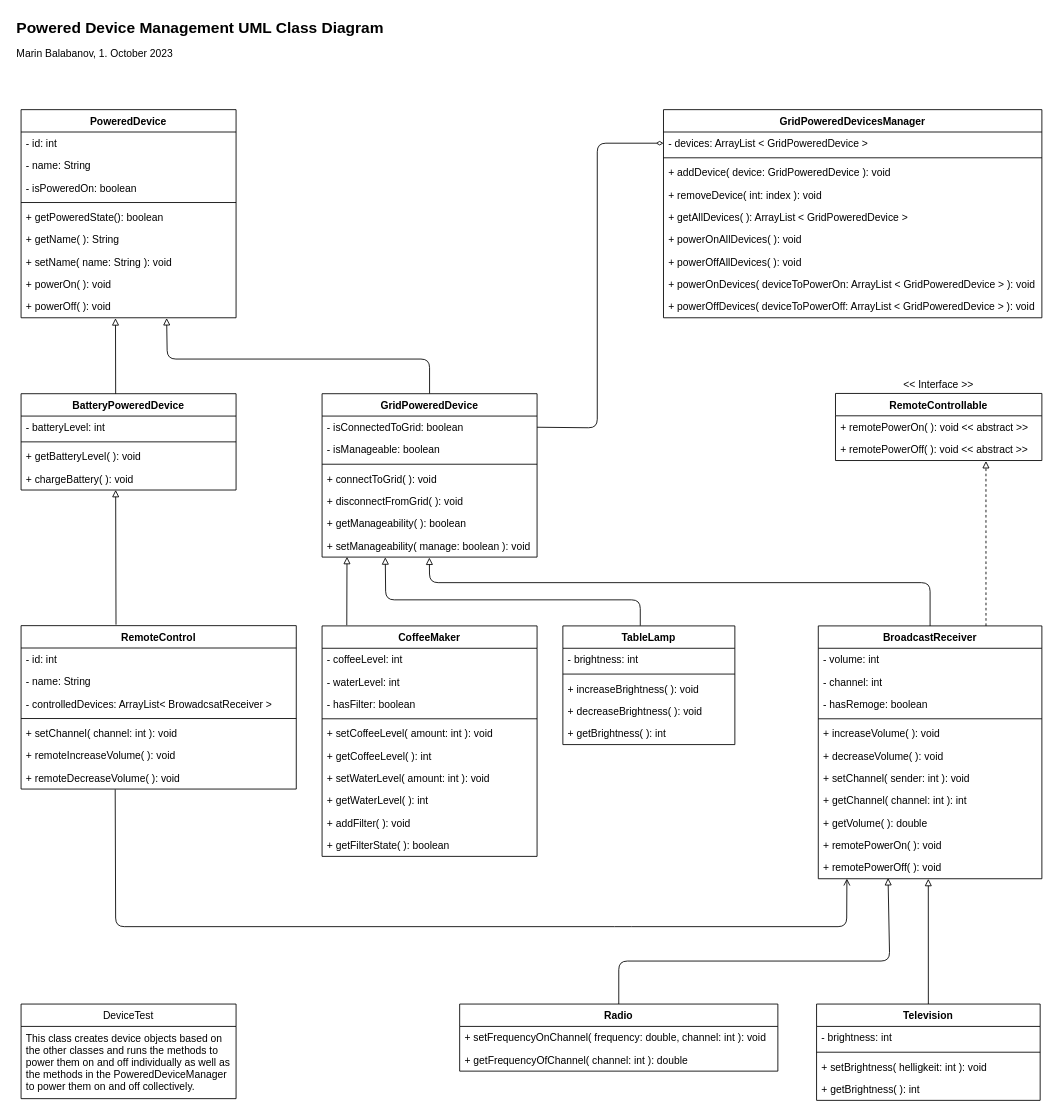
This is DevicesUML.drawio from mbalabanov/Devices, a draw.io file, before an edit. Source tidied: cells renumbered, new cells numbered last; positions are measured from the earlier drawing's top-left corner, leaving out a move shared by most shapes. Both pictures are drawn from the tidied source at 86%, with x=0, y=0 at pixel (15, 15).
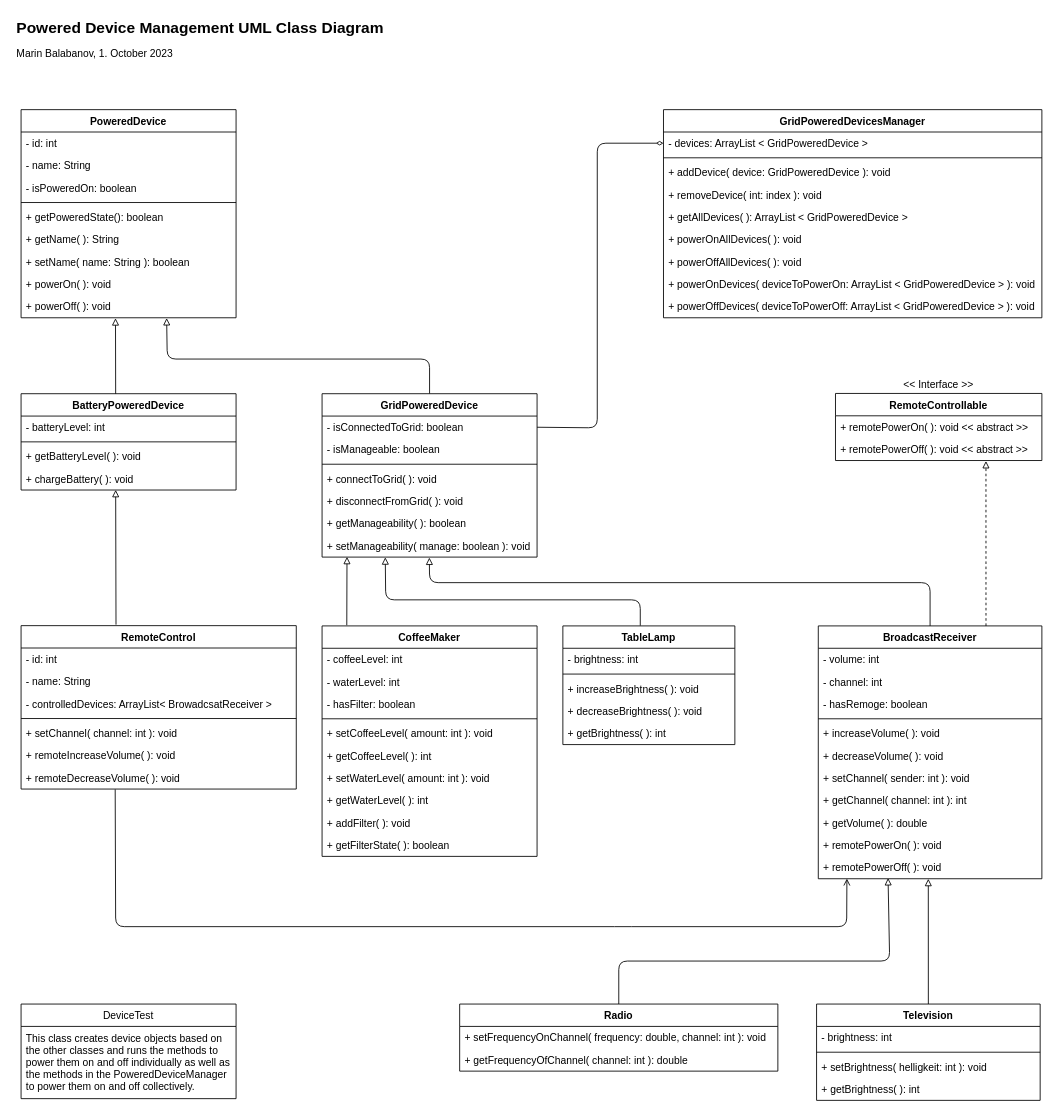
After the change.

Commit message (it also covers changes not shown here):
Adapts diagram

The change refers to these unchanged cells:
```xml
<mxCell id="81" value="PoweredDevice" style="swimlane;fontStyle=1;align=center;verticalAlign=top;horizontal=1;startSize=26;" parent="1" vertex="1">
  <mxGeometry x="7" y="110" width="250" height="242" as="geometry" />
</mxCell>
```

Change to the diagram source:
```diff
@@
-    <mxCell id="88" value="+ setName( name: String ): void" style="text;strokeColor=none;fillColor=none;align=left;verticalAlign=top;spacingLeft=4;spacingRight=4;overflow=hidden;" parent="81" vertex="1">
+    <mxCell id="88" value="+ setName( name: String ): boolean" style="text;strokeColor=none;fillColor=none;align=left;verticalAlign=top;spacingLeft=4;spacingRight=4;overflow=hidden;" parent="81" vertex="1">
       <mxGeometry y="164" width="250" height="26" as="geometry" />
     </mxCell>
```
